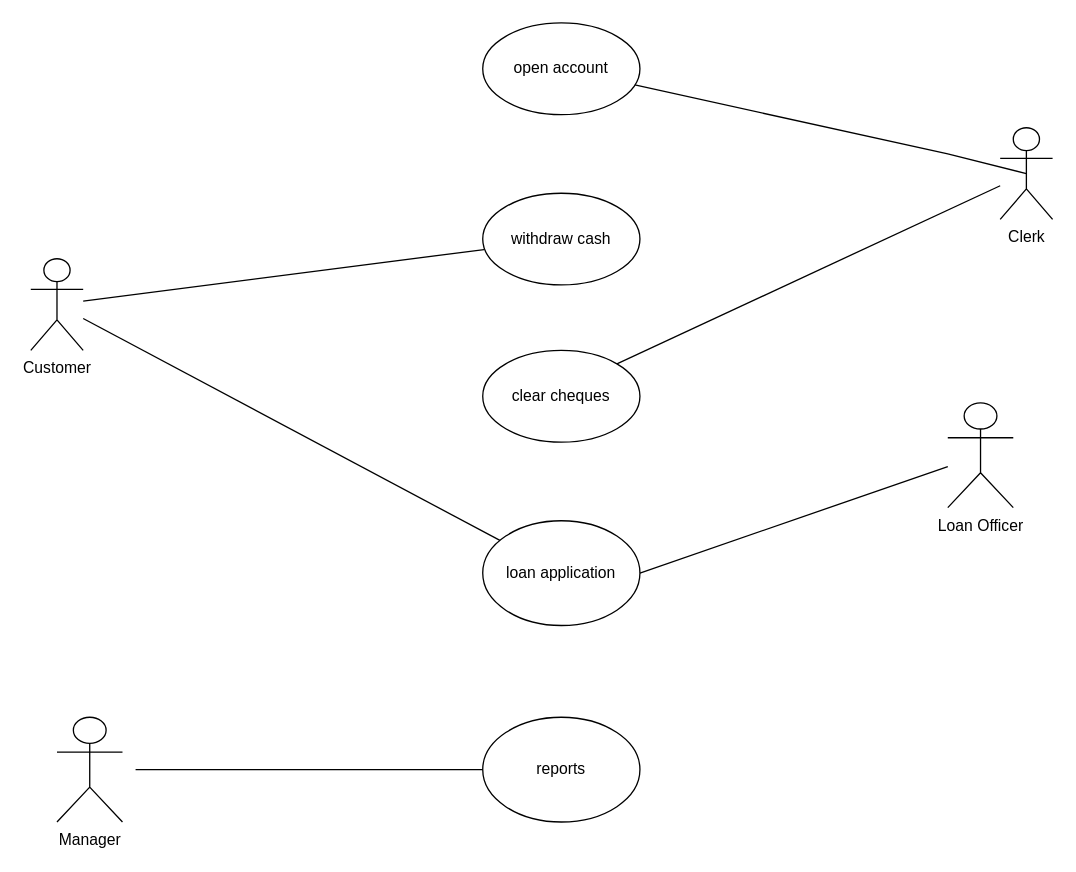
abhay2603/furry-barnacle keeps this draw.io diagram as ques1.drawio. Above is the earlier version. Source tidied: cells renumbered, new cells numbered last; positions are measured from the earlier drawing's top-left corner, leaving out a move shared by most shapes. Both pictures are drawn from the tidied source at 131%, with x=0, y=0 at pixel (30, 22).
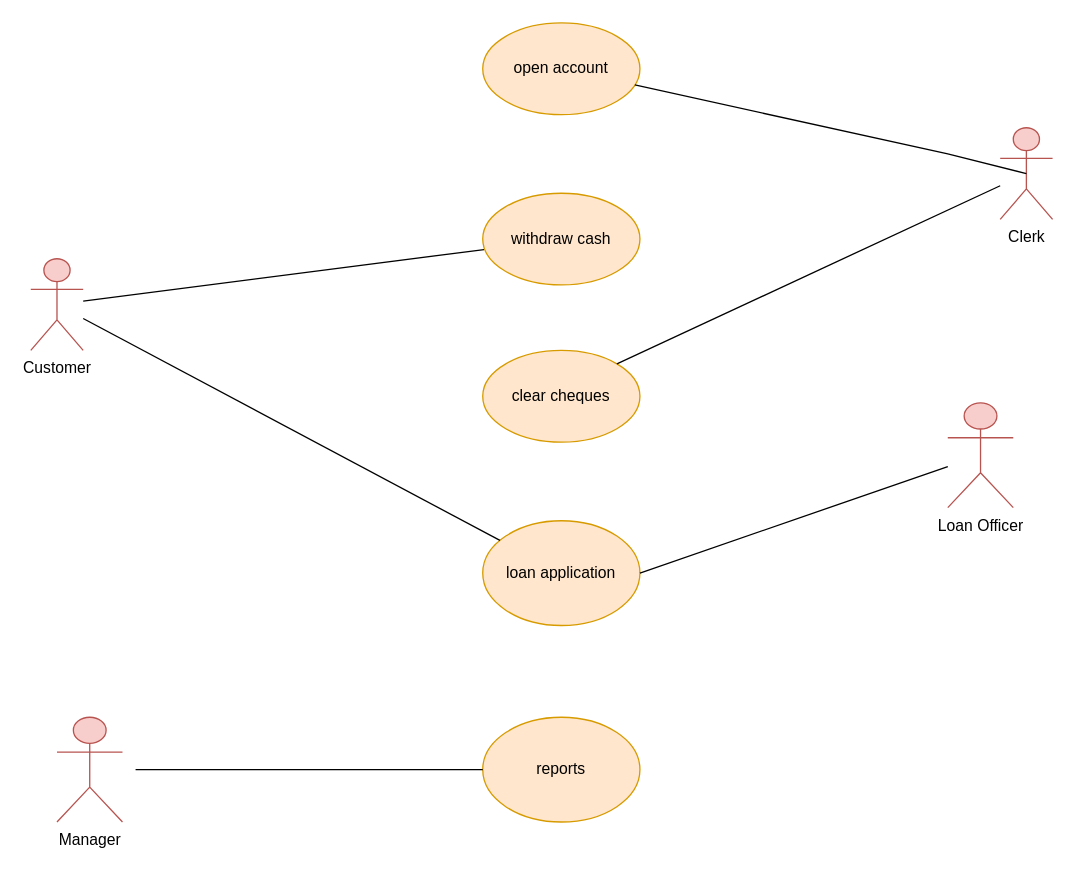
The same page after the edit.

What changed in the source:
```diff
@@
 <mxGraphModel>
   <root>
     <mxCell id="0" />
     <mxCell id="1" parent="0" />
-    <mxCell id="2" value="open account" style="ellipse;whiteSpace=wrap;html=1;" parent="1" vertex="1">
+    <mxCell id="2" value="open account" style="ellipse;whiteSpace=wrap;html=1;fillColor=#ffe6cc;strokeColor=#d79b00;" parent="1" vertex="1">
       <mxGeometry x="345" width="120" height="70" as="geometry" />
     </mxCell>
-    <mxCell id="3" value="Clerk" style="shape=umlActor;verticalLabelPosition=bottom;verticalAlign=top;html=1;outlineConnect=0;" parent="1" vertex="1">
+    <mxCell id="3" value="Clerk" style="shape=umlActor;verticalLabelPosition=bottom;verticalAlign=top;html=1;outlineConnect=0;fillColor=#f8cecc;strokeColor=#b85450;" parent="1" vertex="1">
       <mxGeometry x="740" y="80" width="40" height="70" as="geometry" />
     </mxCell>
     <mxCell id="4" style="endArrow=none;html=1;rounded=0;exitX=0.5;exitY=0.5;exitDx=0;exitDy=0;exitPerimeter=0;" parent="1" edge="1" source="3" target="2">
       <mxGeometry relative="1" as="geometry">
         <Array as="points">
           <mxPoint x="700" y="100" />
         </Array>
       </mxGeometry>
     </mxCell>
-    <mxCell id="5" value="withdraw cash" style="ellipse;whiteSpace=wrap;html=1;" parent="1" vertex="1">
+    <mxCell id="5" value="withdraw cash" style="ellipse;whiteSpace=wrap;html=1;fillColor=#ffe6cc;strokeColor=#d79b00;" parent="1" vertex="1">
       <mxGeometry x="345" y="130" width="120" height="70" as="geometry" />
     </mxCell>
-    <mxCell id="6" value="clear cheques" style="ellipse;whiteSpace=wrap;html=1;" parent="1" vertex="1">
+    <mxCell id="6" value="clear cheques" style="ellipse;whiteSpace=wrap;html=1;fillColor=#ffe6cc;strokeColor=#d79b00;" parent="1" vertex="1">
       <mxGeometry x="345" y="250" width="120" height="70" as="geometry" />
     </mxCell>
-    <mxCell id="7" value="loan application" style="ellipse;whiteSpace=wrap;html=1;" parent="1" vertex="1">
+    <mxCell id="7" value="loan application" style="ellipse;whiteSpace=wrap;html=1;fillColor=#ffe6cc;strokeColor=#d79b00;" parent="1" vertex="1">
       <mxGeometry x="345" y="380" width="120" height="80" as="geometry" />
     </mxCell>
-    <mxCell id="8" value="reports" style="ellipse;whiteSpace=wrap;html=1;" parent="1" vertex="1">
+    <mxCell id="8" value="reports" style="ellipse;whiteSpace=wrap;html=1;fillColor=#ffe6cc;strokeColor=#d79b00;" parent="1" vertex="1">
       <mxGeometry x="345" y="530" width="120" height="80" as="geometry" />
     </mxCell>
     <mxCell id="9" style="endArrow=none;html=1;rounded=0;entryX=1;entryY=0;entryDx=0;entryDy=0;" parent="1" edge="1" source="3" target="6">
       <mxGeometry relative="1" as="geometry" />
     </mxCell>
-    <mxCell id="10" value="Customer" style="shape=umlActor;verticalLabelPosition=bottom;verticalAlign=top;html=1;outlineConnect=0;" parent="1" vertex="1">
+    <mxCell id="10" value="Customer" style="shape=umlActor;verticalLabelPosition=bottom;verticalAlign=top;html=1;outlineConnect=0;fillColor=#f8cecc;strokeColor=#b85450;" parent="1" vertex="1">
       <mxGeometry y="180" width="40" height="70" as="geometry" />
     </mxCell>
     <mxCell id="11" style="endArrow=none;html=1;rounded=0;exitX=0.008;exitY=0.614;exitDx=0;exitDy=0;exitPerimeter=0;" parent="1" edge="1" source="5" target="10">
       <mxGeometry relative="1" as="geometry" />
     </mxCell>
     <mxCell id="12" style="endArrow=none;html=1;rounded=0;" parent="1" edge="1" source="10" target="7">
       <mxGeometry relative="1" as="geometry" />
     </mxCell>
-    <mxCell id="13" value="Loan Officer" style="shape=umlActor;verticalLabelPosition=bottom;verticalAlign=top;html=1;outlineConnect=0;" parent="1" vertex="1">
+    <mxCell id="13" value="Loan Officer" style="shape=umlActor;verticalLabelPosition=bottom;verticalAlign=top;html=1;outlineConnect=0;fillColor=#f8cecc;strokeColor=#b85450;" parent="1" vertex="1">
       <mxGeometry x="700" y="290" width="50" height="80" as="geometry" />
     </mxCell>
     <mxCell id="14" style="endArrow=none;html=1;rounded=0;exitX=1;exitY=0.5;exitDx=0;exitDy=0;" parent="1" edge="1" source="7" target="13">
       <mxGeometry relative="1" as="geometry" />
     </mxCell>
     <mxCell id="15" style="endArrow=none;html=1;rounded=0;entryX=0;entryY=0.5;entryDx=0;entryDy=0;" parent="1" edge="1" target="8">
       <mxGeometry relative="1" as="geometry">
         <mxPoint x="80" y="570" as="sourcePoint" />
       </mxGeometry>
     </mxCell>
-    <mxCell id="16" value="Manager" style="shape=umlActor;verticalLabelPosition=bottom;verticalAlign=top;html=1;" parent="1" vertex="1">
+    <mxCell id="16" value="Manager" style="shape=umlActor;verticalLabelPosition=bottom;verticalAlign=top;html=1;fillColor=#f8cecc;strokeColor=#b85450;" parent="1" vertex="1">
       <mxGeometry x="20" y="530" width="50" height="80" as="geometry" />
     </mxCell>
   </root>
 </mxGraphModel>
```
